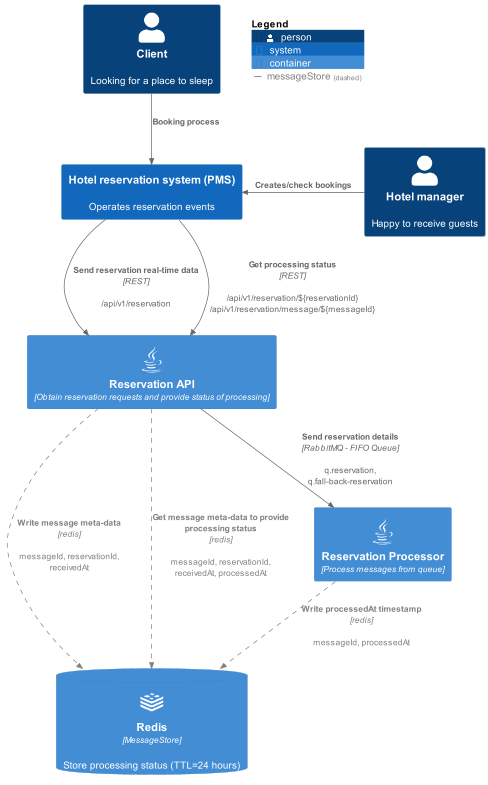
Earlier version of the PlantUML export puml/ReservationProcessingScheme.png (alexsoftware-java/practical-task).
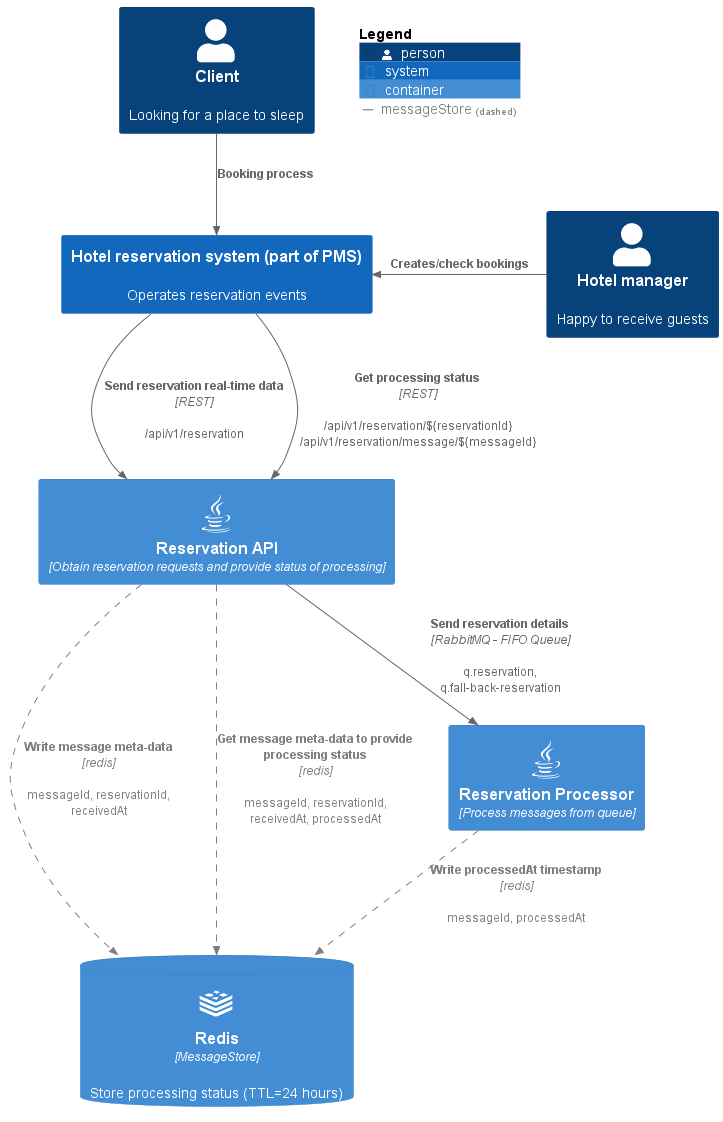
The same file after the commit.

Change to the diagram source:
```diff
@@ -11,7 +11,7 @@
 Person(hotel, "Hotel manager", "Happy to receive guests")
 ContainerDb(redis, "Redis", "MessageStore", "Store processing status (TTL=24 hours)", $sprite="redis")
 
-System(pms, "Hotel reservation system (PMS)", "Operates reservation events")
+System(pms, "Hotel reservation system (part of PMS)", "Operates reservation events")
 Container(api, "Reservation API", "Obtain reservation requests and provide status of processing", $sprite="java")
 Container(processor, "Reservation Processor", "Process messages from queue", $sprite="java")
 
```
